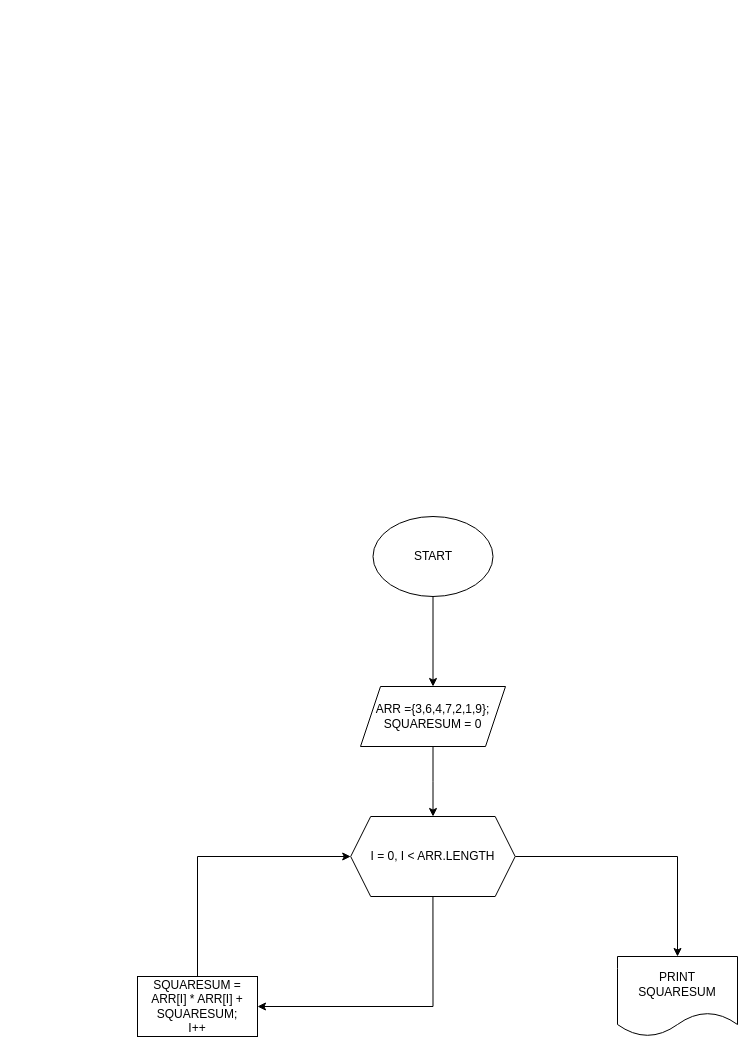
Before: page "Page-2" (2 of 2) of FirstHomework.drawio in Logosorfe/Algorithms, a draw.io diagram. Source tidied: cells renumbered, new cells numbered last; positions are measured from the earlier drawing's top-left corner, leaving out a move shared by most shapes. Both pictures are drawn from the tidied source at 100%, with x=0, y=0 at pixel (137, 516).
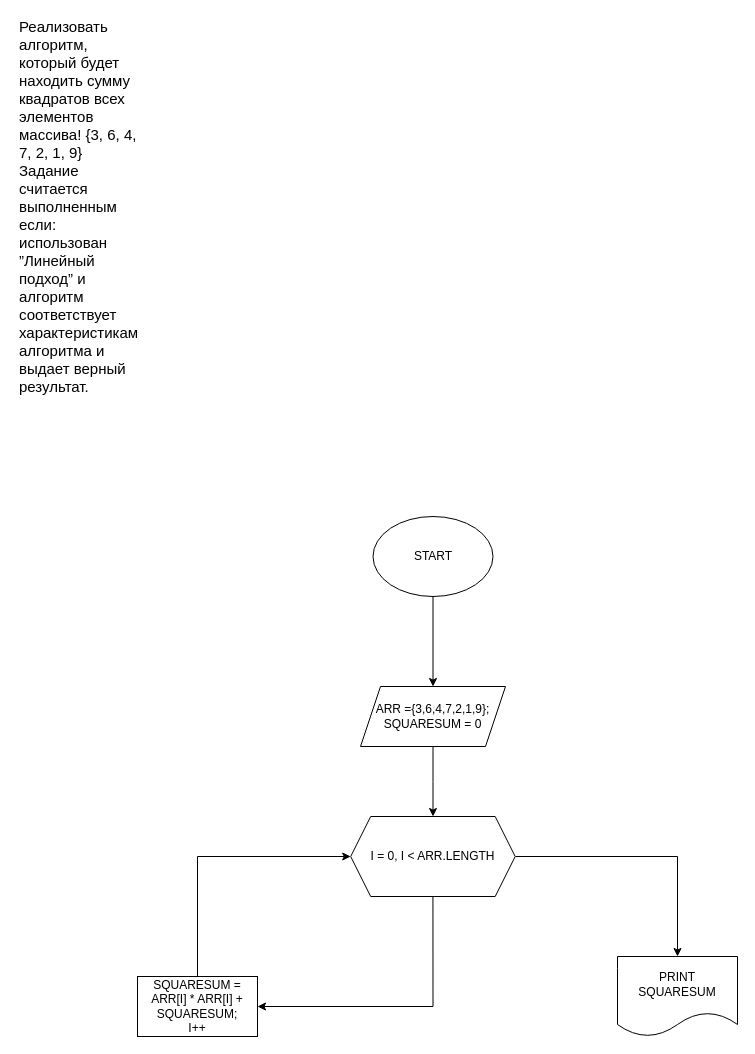
The same diagram, later.

Diff of the diagram source:
```diff
@@
 <mxGraphModel>
   <root>
     <mxCell id="0" />
     <mxCell id="1" parent="0" />
     <mxCell id="2" style="edgeStyle=orthogonalEdgeStyle;rounded=0;jettySize=auto;html=1;" parent="1" edge="1" source="3" target="5">
       <mxGeometry relative="1" as="geometry" />
     </mxCell>
     <mxCell id="3" value="START" style="ellipse;whiteSpace=wrap;html=1;" parent="1" vertex="1">
       <mxGeometry x="235.5" width="120" height="80" as="geometry" />
     </mxCell>
     <mxCell id="4" style="edgeStyle=orthogonalEdgeStyle;rounded=0;jettySize=auto;html=1;" parent="1" edge="1" source="5" target="8">
       <mxGeometry relative="1" as="geometry" />
     </mxCell>
     <mxCell id="5" value="ARR ={3,6,4,7,2,1,9};&lt;div&gt;SQUARESUM = 0&lt;/div&gt;" style="shape=parallelogram;perimeter=parallelogramPerimeter;whiteSpace=wrap;html=1;fixedSize=1;" parent="1" vertex="1">
       <mxGeometry x="223" y="170" width="145" height="60" as="geometry" />
     </mxCell>
     <mxCell id="6" style="edgeStyle=orthogonalEdgeStyle;rounded=0;jettySize=auto;html=1;exitX=0.5;exitY=1;exitDx=0;exitDy=0;" parent="1" edge="1" source="8" target="10">
       <mxGeometry relative="1" as="geometry">
         <Array as="points">
           <mxPoint x="296" y="490" />
         </Array>
       </mxGeometry>
     </mxCell>
     <mxCell id="7" style="edgeStyle=orthogonalEdgeStyle;rounded=0;jettySize=auto;html=1;" parent="1" edge="1" source="8" target="11">
       <mxGeometry relative="1" as="geometry" />
     </mxCell>
     <mxCell id="8" value="I = 0, I &amp;lt; ARR.LENGTH" style="shape=hexagon;perimeter=hexagonPerimeter2;whiteSpace=wrap;html=1;fixedSize=1;" parent="1" vertex="1">
       <mxGeometry x="213.2" y="300" width="164.5" height="80" as="geometry" />
     </mxCell>
     <mxCell id="9" style="edgeStyle=orthogonalEdgeStyle;rounded=0;jettySize=auto;html=1;entryX=0;entryY=0.5;entryDx=0;entryDy=0;" parent="1" edge="1" source="10" target="8">
       <mxGeometry relative="1" as="geometry">
         <Array as="points">
           <mxPoint x="60" y="340" />
         </Array>
       </mxGeometry>
     </mxCell>
     <mxCell id="10" value="SQUARESUM =&lt;br&gt;ARR[I] * ARR[I] + SQUARESUM;&lt;div&gt;I++&lt;/div&gt;" style="rounded=0;whiteSpace=wrap;html=1;" parent="1" vertex="1">
       <mxGeometry y="460" width="120" height="60" as="geometry" />
     </mxCell>
     <mxCell id="11" value="PRINT&lt;br&gt;SQUARESUM" style="shape=document;whiteSpace=wrap;html=1;boundedLbl=1;" parent="1" vertex="1">
       <mxGeometry x="480" y="440" width="120" height="80" as="geometry" />
     </mxCell>
+    <mxCell id="12" value="&lt;span style=&quot;font-family: NaMU, Arial, sans-serif; font-size: 15px; text-wrap: wrap; background-color: rgb(255, 255, 255);&quot;&gt;Реализовать алгоритм, который будет находить сумму&amp;nbsp;&lt;/span&gt;&lt;div&gt;&lt;span style=&quot;font-family: NaMU, Arial, sans-serif; font-size: 15px; text-wrap: wrap; background-color: rgb(255, 255, 255);&quot;&gt;квадратов всех элементов массива! {3, 6, 4, 7, 2, 1, 9}&amp;nbsp;&lt;/span&gt;&lt;/div&gt;&lt;div&gt;&lt;span style=&quot;font-family: NaMU, Arial, sans-serif; font-size: 15px; text-wrap: wrap; background-color: rgb(255, 255, 255);&quot;&gt;Задание считается выполненным если: использован&amp;nbsp;&lt;/span&gt;&lt;/div&gt;&lt;div&gt;&lt;span style=&quot;font-family: NaMU, Arial, sans-serif; font-size: 15px; text-wrap: wrap; background-color: rgb(255, 255, 255);&quot;&gt;”Линейный подход” и алгоритм соответствует характеристикам&amp;nbsp;&lt;/span&gt;&lt;/div&gt;&lt;div&gt;&lt;span style=&quot;font-family: NaMU, Arial, sans-serif; font-size: 15px; text-wrap: wrap; background-color: rgb(255, 255, 255);&quot;&gt;алгоритма и выдает верный результат.&lt;/span&gt;&lt;/div&gt;" style="text;html=1;align=left;verticalAlign=middle;strokeColor=none;fillColor=none;" parent="1" vertex="1">
+      <mxGeometry x="-120" y="-360" width="470" height="100" as="geometry" />
+    </mxCell>
   </root>
 </mxGraphModel>
```
